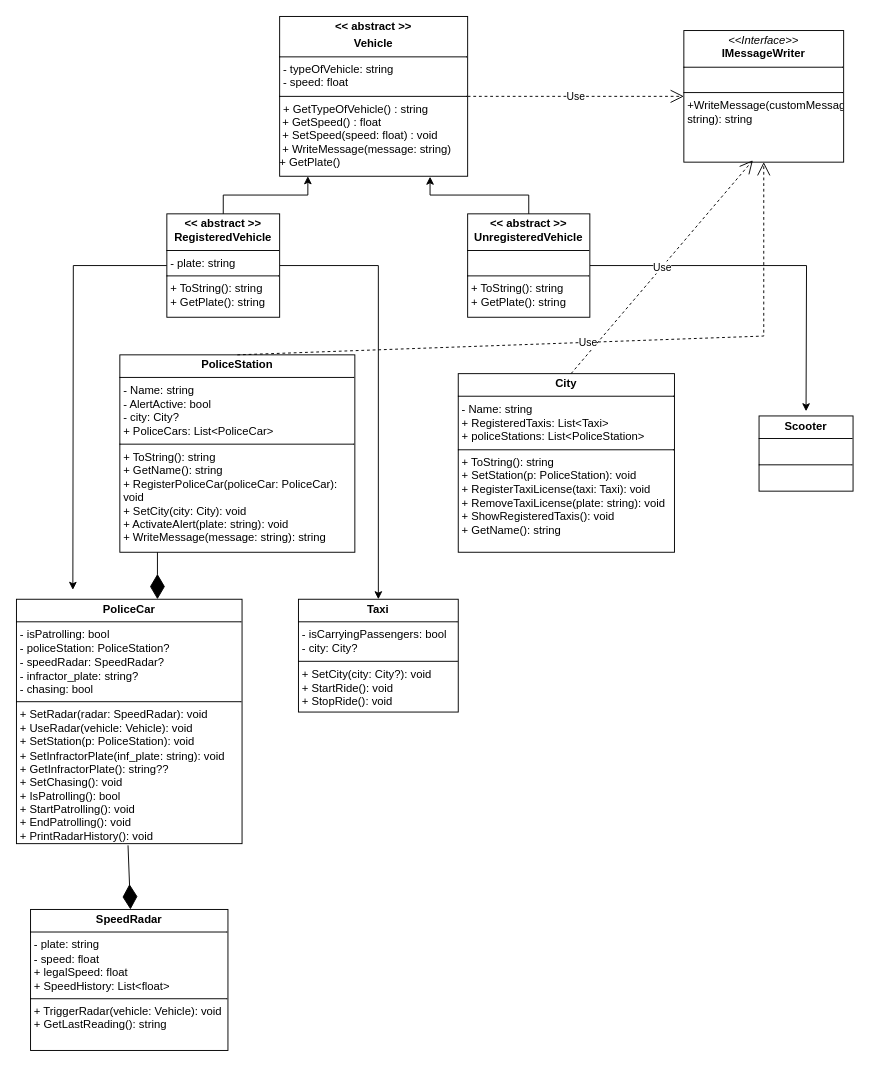
miguelangel-huamani/Practica_2 keeps this draw.io diagram as page "Page-1" (1 of 2) of Untitled Diagram.drawio. Above is the earlier version. Source tidied: cells renumbered, new cells numbered last; positions are measured from the earlier drawing's top-left corner, leaving out a move shared by most shapes. Both pictures are drawn from the tidied source at 94%, with x=0, y=0 at pixel (16, 16).
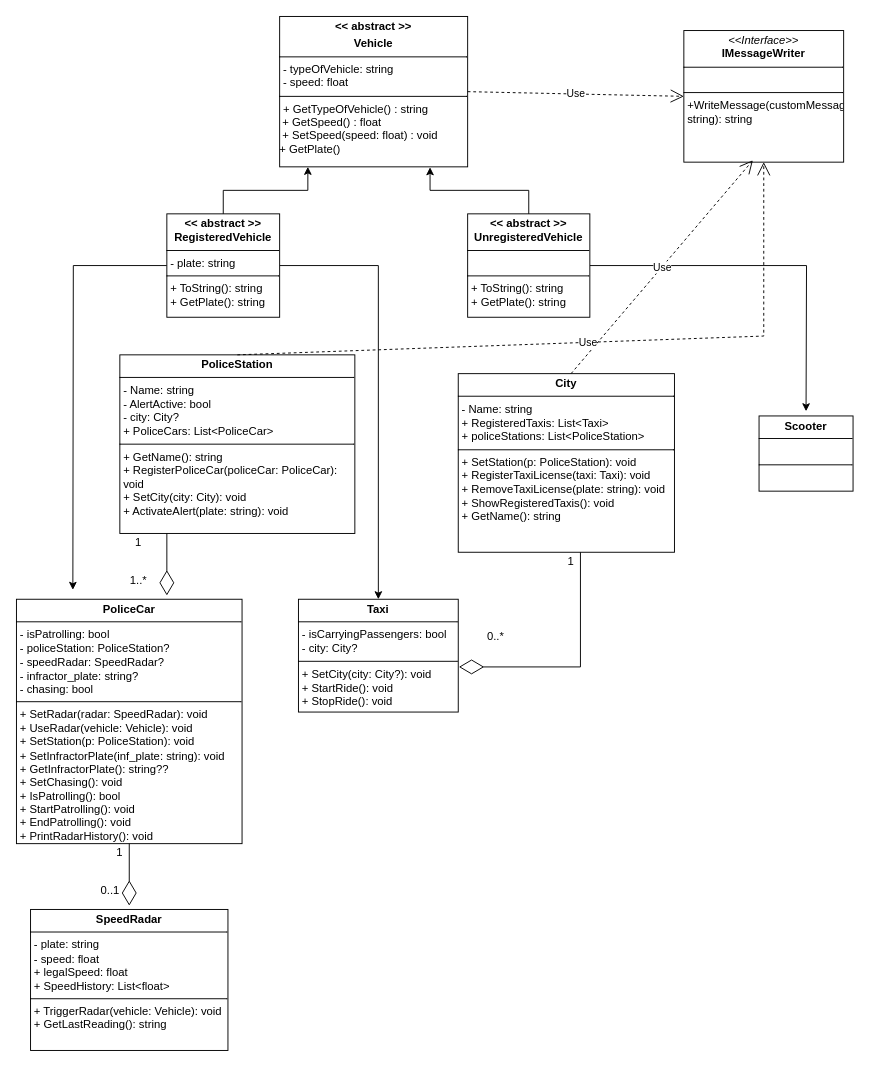
The same page after the edit.

The change refers to these unchanged cells:
```xml
<mxCell id="11" value="&lt;p style=&quot;margin:0px;margin-top:4px;text-align:center;&quot;&gt;&lt;b&gt;Taxi&lt;/b&gt;&lt;/p&gt;&lt;hr size=&quot;1&quot; style=&quot;border-style:solid;&quot;&gt;&lt;p style=&quot;margin:0px;margin-left:4px;&quot;&gt;- isCarryingPassengers: bool&lt;/p&gt;&lt;p style=&quot;margin:0px;margin-left:4px;&quot;&gt;- city: City?&amp;nbsp;&lt;br&gt;&lt;/p&gt;&lt;hr size=&quot;1&quot; style=&quot;border-style:solid;&quot;&gt;&lt;p style=&quot;margin:0px;margin-left:4px;&quot;&gt;+ SetCity(city: City?): void&lt;/p&gt;&lt;p style=&quot;margin:0px;margin-left:4px;&quot;&gt;+ StartRide(): void&lt;/p&gt;&lt;p style=&quot;margin:0px;margin-left:4px;&quot;&gt;+ StopRide(): void&lt;/p&gt;" style="verticalAlign=top;align=left;overflow=fill;html=1;whiteSpace=wrap;" parent="1" vertex="1">
  <mxGeometry x="300" y="620" width="170" height="120" as="geometry" />
</mxCell>
```

What changed in the source:
```diff
@@
-    <mxCell id="2" value="&lt;p style=&quot;margin:0px;margin-top:4px;text-align:center;&quot;&gt;&lt;span style=&quot;font-weight: 700;&quot;&gt;&amp;lt;&amp;lt; abstract &amp;gt;&amp;gt;&lt;/span&gt;&lt;/p&gt;&lt;p style=&quot;margin:0px;margin-top:4px;text-align:center;&quot;&gt;&lt;b&gt;Vehicle&lt;/b&gt;&lt;/p&gt;&lt;hr size=&quot;1&quot; style=&quot;border-style:solid;&quot;&gt;&lt;p style=&quot;margin:0px;margin-left:4px;&quot;&gt;- typeOfVehicle: string&lt;/p&gt;&lt;p style=&quot;margin:0px;margin-left:4px;&quot;&gt;- speed: float&lt;/p&gt;&lt;hr size=&quot;1&quot; style=&quot;border-style:solid;&quot;&gt;&lt;p style=&quot;margin:0px;margin-left:4px;&quot;&gt;+ GetTypeOfVehicle() : string&lt;/p&gt;&lt;div&gt;&amp;nbsp;+ GetSpeed() : float&lt;/div&gt;&lt;div&gt;&amp;nbsp;+ SetSpeed(speed: float) : void&lt;/div&gt;&lt;div&gt;&amp;nbsp;+ WriteMessage(message: string)&lt;/div&gt;&lt;div&gt;+ GetPlate()&lt;/div&gt;&lt;div&gt;&lt;br&gt;&lt;/div&gt;&lt;div&gt;&lt;br&gt;&lt;/div&gt;" style="verticalAlign=top;align=left;overflow=fill;html=1;whiteSpace=wrap;" parent="1" vertex="1">
-      <mxGeometry x="280" width="200" height="170" as="geometry" />
+    <mxCell id="2" value="&lt;p style=&quot;margin:0px;margin-top:4px;text-align:center;&quot;&gt;&lt;span style=&quot;font-weight: 700;&quot;&gt;&amp;lt;&amp;lt; abstract &amp;gt;&amp;gt;&lt;/span&gt;&lt;/p&gt;&lt;p style=&quot;margin:0px;margin-top:4px;text-align:center;&quot;&gt;&lt;b&gt;Vehicle&lt;/b&gt;&lt;/p&gt;&lt;hr size=&quot;1&quot; style=&quot;border-style:solid;&quot;&gt;&lt;p style=&quot;margin:0px;margin-left:4px;&quot;&gt;- typeOfVehicle: string&lt;/p&gt;&lt;p style=&quot;margin:0px;margin-left:4px;&quot;&gt;- speed: float&lt;/p&gt;&lt;hr size=&quot;1&quot; style=&quot;border-style:solid;&quot;&gt;&lt;p style=&quot;margin:0px;margin-left:4px;&quot;&gt;+ GetTypeOfVehicle() : string&lt;/p&gt;&lt;div&gt;&amp;nbsp;+ GetSpeed() : float&lt;/div&gt;&lt;div&gt;&amp;nbsp;+ SetSpeed(speed: float) : void&lt;/div&gt;&lt;div&gt;+ GetPlate()&lt;/div&gt;&lt;div&gt;&lt;br&gt;&lt;/div&gt;&lt;div&gt;&lt;br&gt;&lt;/div&gt;" style="verticalAlign=top;align=left;overflow=fill;html=1;whiteSpace=wrap;" parent="1" vertex="1">
+      <mxGeometry x="280" width="200" height="160" as="geometry" />
     </mxCell>
@@
-    <mxCell id="8" value="&lt;p style=&quot;margin:0px;margin-top:4px;text-align:center;&quot;&gt;&lt;b&gt;PoliceStation&lt;/b&gt;&lt;/p&gt;&lt;hr size=&quot;1&quot; style=&quot;border-style:solid;&quot;&gt;&lt;p style=&quot;margin:0px;margin-left:4px;&quot;&gt;- Name: string&lt;/p&gt;&lt;p style=&quot;margin:0px;margin-left:4px;&quot;&gt;- AlertActive: bool&lt;/p&gt;&lt;p style=&quot;margin:0px;margin-left:4px;&quot;&gt;- city: City?&lt;/p&gt;&lt;p style=&quot;margin:0px;margin-left:4px;&quot;&gt;+ PoliceCars: List&amp;lt;PoliceCar&amp;gt;&lt;/p&gt;&lt;hr size=&quot;1&quot; style=&quot;border-style:solid;&quot;&gt;&lt;p style=&quot;margin:0px;margin-left:4px;&quot;&gt;+ ToString(): string&lt;/p&gt;&lt;p style=&quot;margin:0px;margin-left:4px;&quot;&gt;+ GetName(): string&lt;/p&gt;&lt;p style=&quot;margin:0px;margin-left:4px;&quot;&gt;+ RegisterPoliceCar(policeCar: PoliceCar): void&lt;/p&gt;&lt;p style=&quot;margin:0px;margin-left:4px;&quot;&gt;+ SetCity(city: City): void&lt;/p&gt;&lt;p style=&quot;margin:0px;margin-left:4px;&quot;&gt;+ ActivateAlert(plate: string): void&lt;/p&gt;&lt;p style=&quot;margin:0px;margin-left:4px;&quot;&gt;+ WriteMessage(message: string): string&lt;/p&gt;" style="verticalAlign=top;align=left;overflow=fill;html=1;whiteSpace=wrap;" parent="1" vertex="1">
-      <mxGeometry x="110" y="360" width="250" height="210" as="geometry" />
+    <mxCell id="8" value="&lt;p style=&quot;margin:0px;margin-top:4px;text-align:center;&quot;&gt;&lt;b&gt;PoliceStation&lt;/b&gt;&lt;/p&gt;&lt;hr size=&quot;1&quot; style=&quot;border-style:solid;&quot;&gt;&lt;p style=&quot;margin:0px;margin-left:4px;&quot;&gt;- Name: string&lt;/p&gt;&lt;p style=&quot;margin:0px;margin-left:4px;&quot;&gt;- AlertActive: bool&lt;/p&gt;&lt;p style=&quot;margin:0px;margin-left:4px;&quot;&gt;- city: City?&lt;/p&gt;&lt;p style=&quot;margin:0px;margin-left:4px;&quot;&gt;+ PoliceCars: List&amp;lt;PoliceCar&amp;gt;&lt;/p&gt;&lt;hr size=&quot;1&quot; style=&quot;border-style:solid;&quot;&gt;&lt;p style=&quot;margin:0px;margin-left:4px;&quot;&gt;+ GetName(): string&lt;br&gt;&lt;/p&gt;&lt;p style=&quot;margin:0px;margin-left:4px;&quot;&gt;+ RegisterPoliceCar(policeCar: PoliceCar): void&lt;/p&gt;&lt;p style=&quot;margin:0px;margin-left:4px;&quot;&gt;+ SetCity(city: City): void&lt;/p&gt;&lt;p style=&quot;margin:0px;margin-left:4px;&quot;&gt;+ ActivateAlert(plate: string): void&lt;/p&gt;" style="verticalAlign=top;align=left;overflow=fill;html=1;whiteSpace=wrap;" parent="1" vertex="1">
+      <mxGeometry x="110" y="360" width="250" height="190" as="geometry" />
     </mxCell>
@@
-    <mxCell id="13" value="&lt;p style=&quot;margin:0px;margin-top:4px;text-align:center;&quot;&gt;&lt;b&gt;City&lt;/b&gt;&lt;/p&gt;&lt;hr size=&quot;1&quot; style=&quot;border-style:solid;&quot;&gt;&lt;p style=&quot;margin:0px;margin-left:4px;&quot;&gt;- Name: string&lt;/p&gt;&lt;p style=&quot;margin:0px;margin-left:4px;&quot;&gt;+ RegisteredTaxis: List&amp;lt;Taxi&amp;gt;&lt;/p&gt;&lt;p style=&quot;margin:0px;margin-left:4px;&quot;&gt;+ policeStations: List&amp;lt;PoliceStation&amp;gt;&lt;/p&gt;&lt;hr size=&quot;1&quot; style=&quot;border-style:solid;&quot;&gt;&lt;p style=&quot;margin:0px;margin-left:4px;&quot;&gt;+ ToString(): string&lt;/p&gt;&lt;p style=&quot;margin:0px;margin-left:4px;&quot;&gt;+ SetStation(p: PoliceStation): void&lt;/p&gt;&lt;p style=&quot;margin:0px;margin-left:4px;&quot;&gt;+ RegisterTaxiLicense(taxi: Taxi): void&lt;/p&gt;&lt;p style=&quot;margin:0px;margin-left:4px;&quot;&gt;+ RemoveTaxiLicense(plate: string): void&lt;/p&gt;&lt;p style=&quot;margin:0px;margin-left:4px;&quot;&gt;+ ShowRegisteredTaxis(): void&lt;/p&gt;&lt;p style=&quot;margin:0px;margin-left:4px;&quot;&gt;+ GetName(): string&lt;/p&gt;" style="verticalAlign=top;align=left;overflow=fill;html=1;whiteSpace=wrap;" parent="1" vertex="1">
+    <mxCell id="13" value="&lt;p style=&quot;margin:0px;margin-top:4px;text-align:center;&quot;&gt;&lt;b&gt;City&lt;/b&gt;&lt;/p&gt;&lt;hr size=&quot;1&quot; style=&quot;border-style:solid;&quot;&gt;&lt;p style=&quot;margin:0px;margin-left:4px;&quot;&gt;- Name: string&lt;/p&gt;&lt;p style=&quot;margin:0px;margin-left:4px;&quot;&gt;+ RegisteredTaxis: List&amp;lt;Taxi&amp;gt;&lt;/p&gt;&lt;p style=&quot;margin:0px;margin-left:4px;&quot;&gt;+ policeStations: List&amp;lt;PoliceStation&amp;gt;&lt;/p&gt;&lt;hr size=&quot;1&quot; style=&quot;border-style:solid;&quot;&gt;&lt;p style=&quot;margin:0px;margin-left:4px;&quot;&gt;+ SetStation(p: PoliceStation): void&lt;br&gt;&lt;/p&gt;&lt;p style=&quot;margin:0px;margin-left:4px;&quot;&gt;+ RegisterTaxiLicense(taxi: Taxi): void&lt;/p&gt;&lt;p style=&quot;margin:0px;margin-left:4px;&quot;&gt;+ RemoveTaxiLicense(plate: string): void&lt;/p&gt;&lt;p style=&quot;margin:0px;margin-left:4px;&quot;&gt;+ ShowRegisteredTaxis(): void&lt;/p&gt;&lt;p style=&quot;margin:0px;margin-left:4px;&quot;&gt;+ GetName(): string&lt;/p&gt;" style="verticalAlign=top;align=left;overflow=fill;html=1;whiteSpace=wrap;" parent="1" vertex="1">
       <mxGeometry x="470" y="380" width="230" height="190" as="geometry" />
     </mxCell>
@@
-    <mxCell id="17" style="endArrow=diamondThin;endFill=1;endSize=24;html=1;rounded=0;" parent="1" edge="1">
-      <mxGeometry relative="1" as="geometry">
-        <mxPoint x="150" y="570" as="sourcePoint" />
-        <mxPoint x="150" y="620" as="targetPoint" />
-      </mxGeometry>
-    </mxCell>
-    <mxCell id="18" style="endArrow=diamondThin;endFill=1;endSize=24;html=1;rounded=0;entryX=0.56;entryY=-0.012;entryDx=0;entryDy=0;entryPerimeter=0;" parent="1" edge="1">
-      <mxGeometry relative="1" as="geometry">
-        <mxPoint x="118.7" y="881.8" as="sourcePoint" />
-        <mxPoint x="121.3" y="950" as="targetPoint" />
-      </mxGeometry>
-    </mxCell>
@@
+    <mxCell id="22" value="1" style="text;html=1;align=center;verticalAlign=middle;whiteSpace=wrap;rounded=0;" parent="1" vertex="1">
+      <mxGeometry x="120" y="550" width="20" height="20" as="geometry" />
+    </mxCell>
+    <mxCell id="23" value="1..*" style="text;html=1;align=center;verticalAlign=middle;whiteSpace=wrap;rounded=0;" parent="1" vertex="1">
+      <mxGeometry x="120" y="590" width="20" height="20" as="geometry" />
+    </mxCell>
+    <mxCell id="24" value="1" style="text;html=1;align=center;verticalAlign=middle;whiteSpace=wrap;rounded=0;" parent="1" vertex="1">
+      <mxGeometry x="100" y="880" width="20" height="20" as="geometry" />
+    </mxCell>
+    <mxCell id="25" value="0..1" style="text;html=1;align=center;verticalAlign=middle;whiteSpace=wrap;rounded=0;" parent="1" vertex="1">
+      <mxGeometry x="90" y="920" width="20" height="20" as="geometry" />
+    </mxCell>
+    <mxCell id="26" value="1" style="text;html=1;align=center;verticalAlign=middle;whiteSpace=wrap;rounded=0;" parent="1" vertex="1">
+      <mxGeometry x="580" y="570" width="20" height="20" as="geometry" />
+    </mxCell>
+    <mxCell id="27" value="0..*" style="text;html=1;align=center;verticalAlign=middle;whiteSpace=wrap;rounded=0;" parent="1" vertex="1">
+      <mxGeometry x="500" y="650" width="20" height="20" as="geometry" />
+    </mxCell>
+    <mxCell id="28" style="endArrow=diamondThin;endFill=0;endSize=24;html=1;rounded=0;" parent="1" edge="1">
+      <mxGeometry relative="1" as="geometry">
+        <mxPoint x="160" y="550" as="sourcePoint" />
+        <mxPoint x="160" y="616" as="targetPoint" />
+      </mxGeometry>
+    </mxCell>
+    <mxCell id="29" style="endArrow=diamondThin;endFill=0;endSize=24;html=1;rounded=0;" parent="1" edge="1">
+      <mxGeometry relative="1" as="geometry">
+        <mxPoint x="120" y="880" as="sourcePoint" />
+        <mxPoint x="120" y="946" as="targetPoint" />
+      </mxGeometry>
+    </mxCell>
+    <mxCell id="30" style="endArrow=diamondThin;endFill=0;endSize=24;html=1;rounded=0;entryX=1.004;entryY=0.6;entryDx=0;entryDy=0;entryPerimeter=0;" parent="1" edge="1" target="11">
+      <mxGeometry relative="1" as="geometry">
+        <mxPoint x="600" y="570" as="sourcePoint" />
+        <Array as="points">
+          <mxPoint x="600" y="692" />
+        </Array>
+      </mxGeometry>
+    </mxCell>
```
